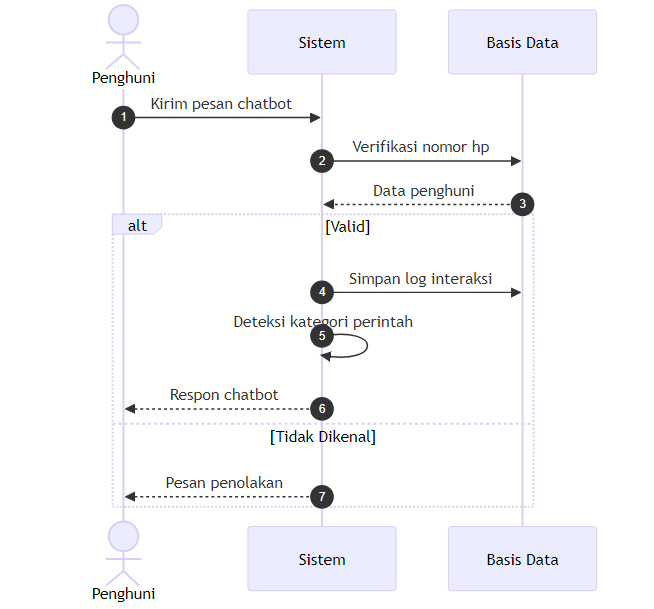
Earlier version of the Mermaid export docs/diagrams/8_sequence_diagram_interaksi_chatbot.png (ahmadyasser72/tem-2). Its source is kept beside it as docs/diagrams/8_sequence_diagram_interaksi_chatbot.mmd. Its diagram source:
```mermaid
sequenceDiagram
    autonumber
    actor Penghuni
    participant Sistem
    participant Basis Data

    Penghuni->>Sistem: Kirim pesan chatbot
    Sistem->>Basis Data: Verifikasi nomor hp
    Basis Data-->>Sistem: Data penghuni

    alt Valid
        Sistem->>Basis Data: Simpan log interaksi
        Sistem->>Sistem: Deteksi kategori perintah
        Sistem-->>Penghuni: Respon chatbot
    else Tidak Dikenal
        Sistem-->>Penghuni: Pesan penolakan
    end
```
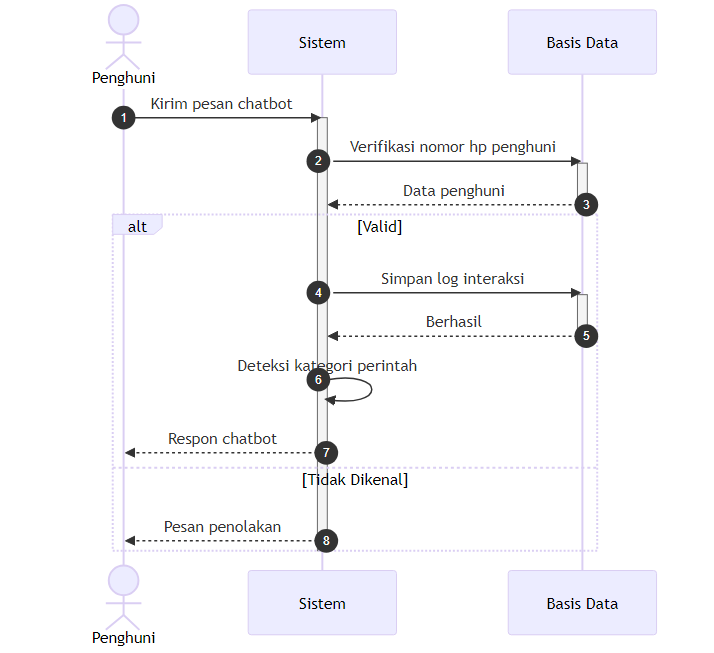
After the change.

Change to the diagram source:
```diff
@@ -5,13 +5,20 @@
     participant Basis Data
 
     Penghuni->>Sistem: Kirim pesan chatbot
-    Sistem->>Basis Data: Verifikasi nomor hp
+    activate Sistem
+    Sistem->>Basis Data: Verifikasi nomor hp penghuni
+    activate Basis Data
     Basis Data-->>Sistem: Data penghuni
+    deactivate Basis Data
 
     alt Valid
         Sistem->>Basis Data: Simpan log interaksi
+        activate Basis Data
+        Basis Data-->>Sistem: Berhasil
+        deactivate Basis Data
         Sistem->>Sistem: Deteksi kategori perintah
         Sistem-->>Penghuni: Respon chatbot
     else Tidak Dikenal
         Sistem-->>Penghuni: Pesan penolakan
     end
+    deactivate Sistem
```
